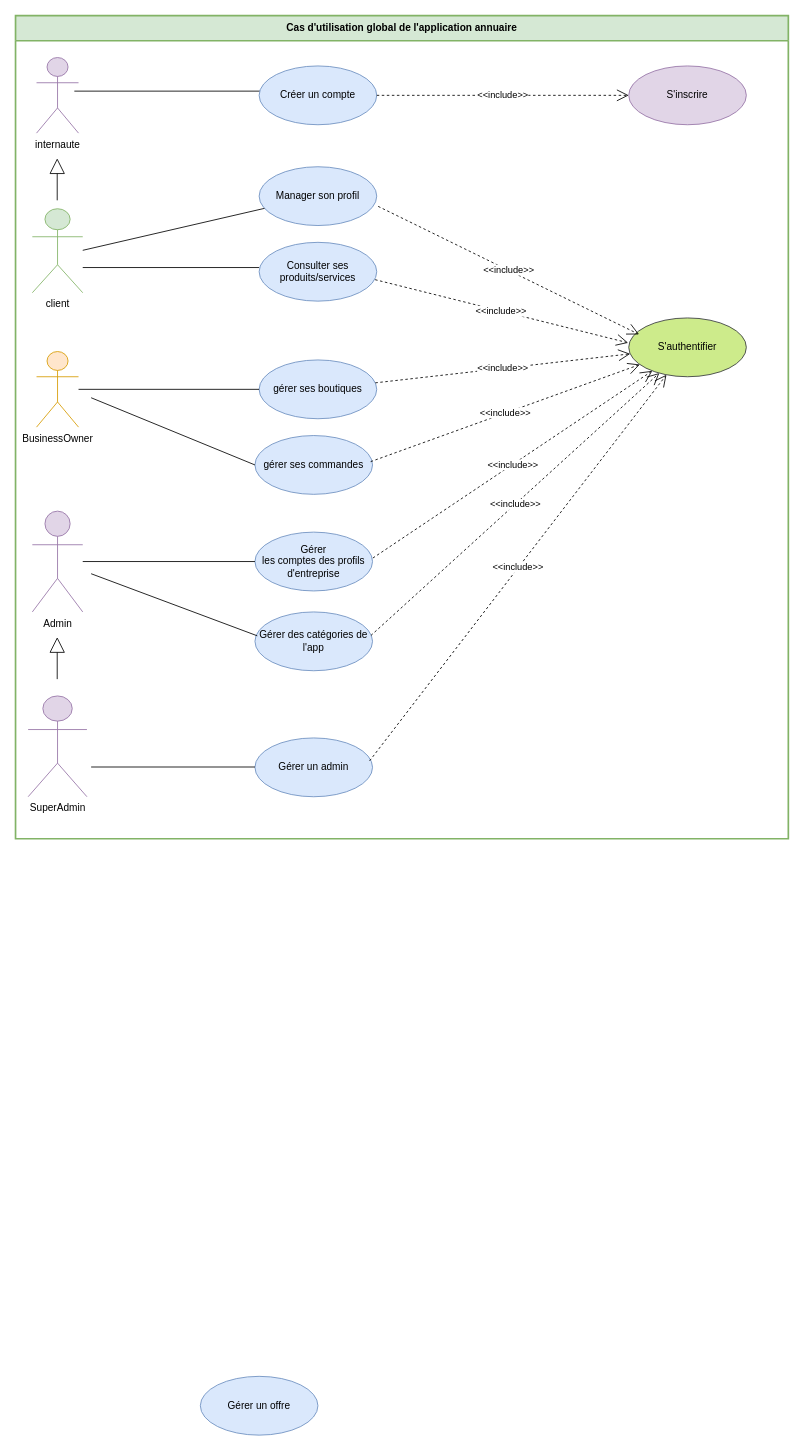
Earlier version of the draw.io diagram Diagramme des cas d'utilisation global.drawio (amine-elarass49/angular_doc). Source tidied: cells renumbered, new cells numbered last; positions are measured from the earlier drawing's top-left corner, leaving out a move shared by most shapes. Both pictures are drawn from the tidied source at 84%, with x=0, y=0 at pixel (15, 15).
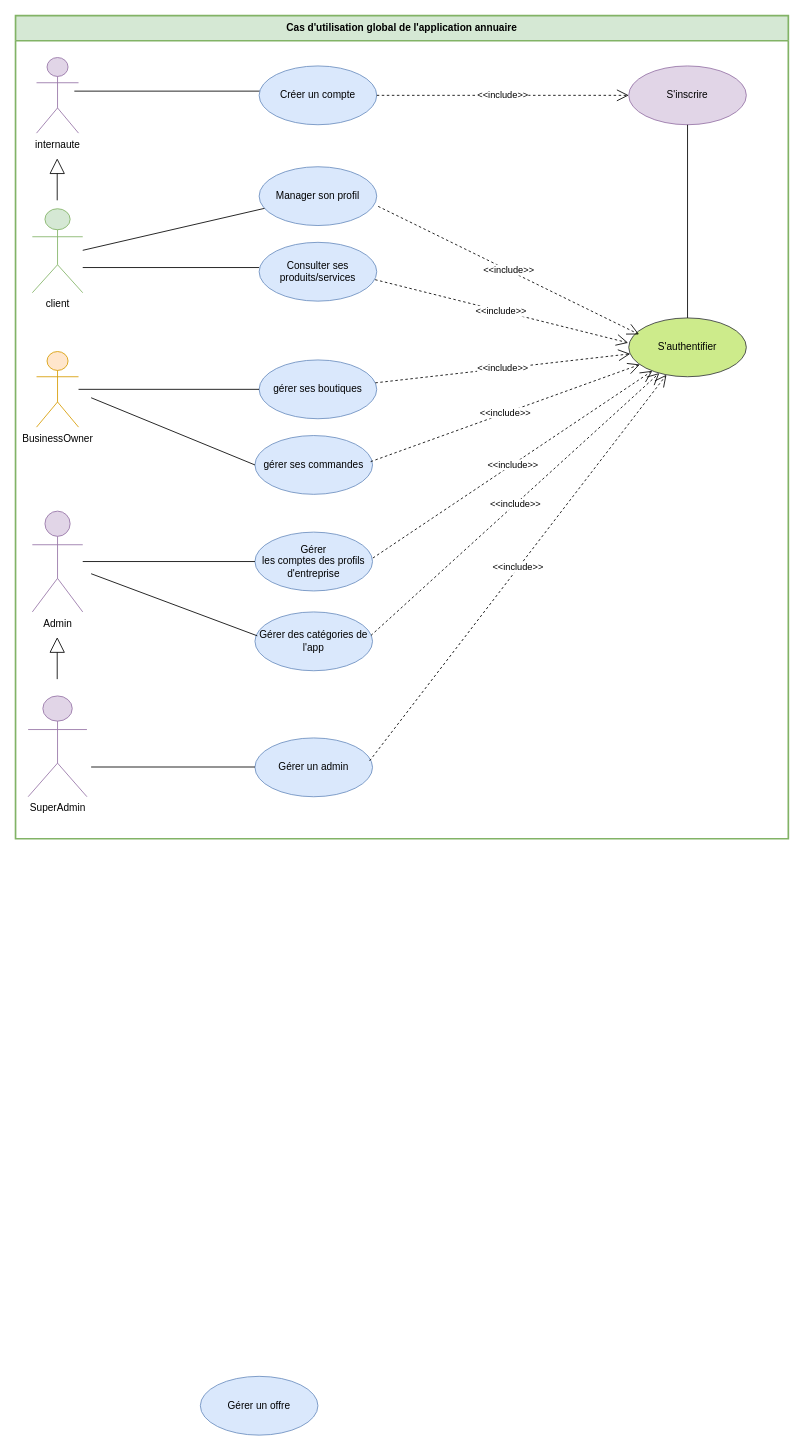
The same page after the edit.

Unchanged cells that the change refers to:
```xml
<mxCell id="4" value="S'inscrire" style="ellipse;whiteSpace=wrap;html=1;fillColor=#e1d5e7;strokeColor=#9673a6;" parent="1" vertex="1">
  <mxGeometry x="730" y="60" width="140" height="70" as="geometry" />
</mxCell>
<mxCell id="12" value="S'authentifier" style="ellipse;whiteSpace=wrap;html=1;fillColor=#cdeb8b;strokeColor=#36393d;" parent="1" vertex="1">
  <mxGeometry x="730" y="360" width="140" height="70" as="geometry" />
</mxCell>
```

The edit, as a diff of the source:
```diff
@@
+    <mxCell id="37" style="endArrow=none;html=1;rounded=0;" parent="1" edge="1" source="4" target="12">
+      <mxGeometry relative="1" as="geometry" />
+    </mxCell>
```
